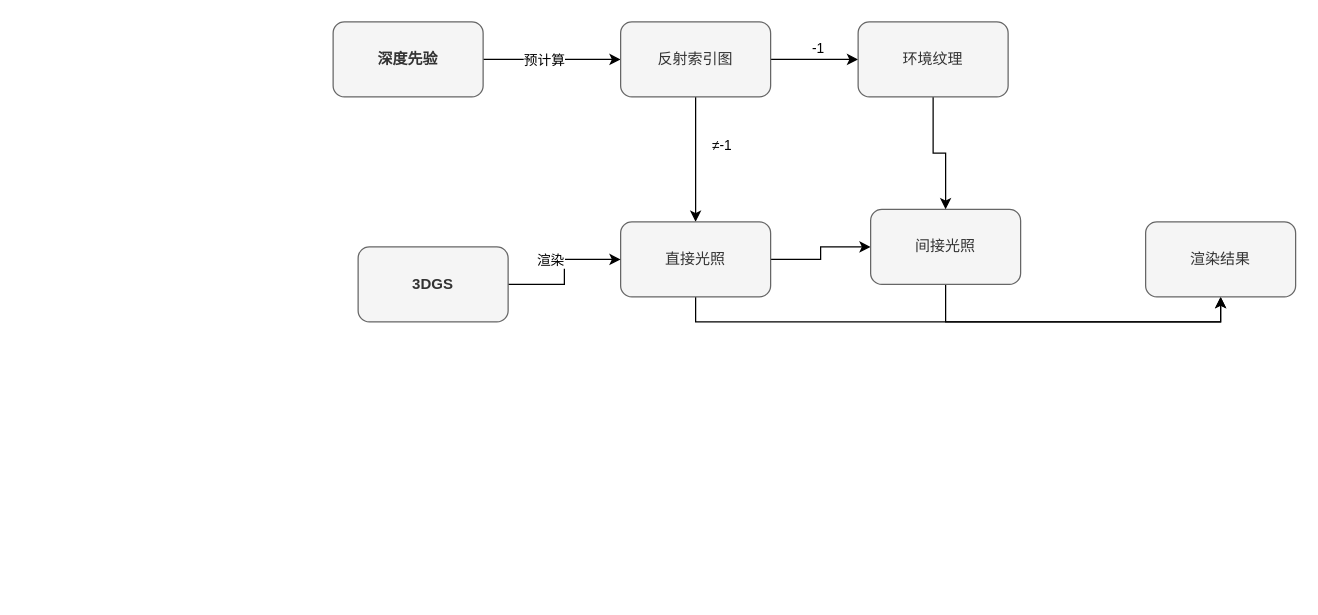
Above: mid-term/SSR.drawio in thEu-suisei/draw_io (draw.io), before the change. Source tidied: cells renumbered, new cells numbered last; positions are measured from the earlier drawing's top-left corner, leaving out a move shared by most shapes. Both pictures are drawn from the tidied source at 125%, with x=0, y=0 at pixel (332, 21). Pictures stored in the file or linked from it are replaced by grey dashed boxes.
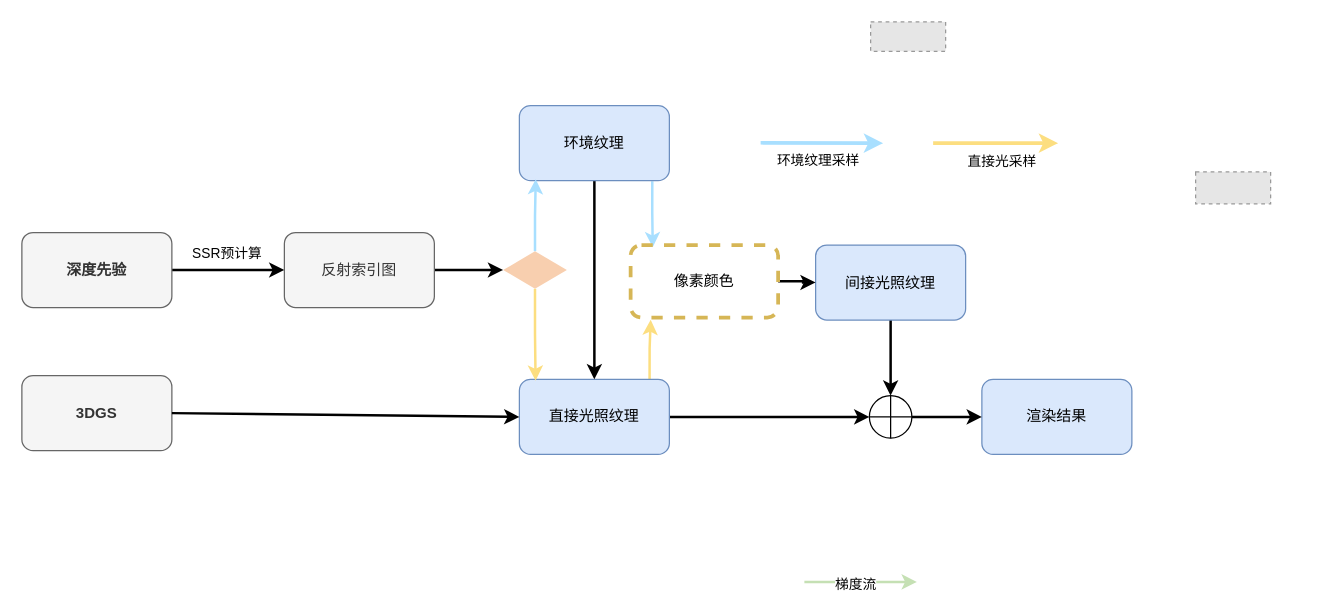
Above is the later version.

The edit, as a diff of the source:
```diff
@@
-    <mxCell id="2" style="edgeStyle=orthogonalEdgeStyle;rounded=0;jettySize=auto;html=1;exitX=1;exitY=0.5;exitDx=0;exitDy=0;entryX=0;entryY=0.5;entryDx=0;entryDy=0;" parent="1" edge="1" source="4" target="9">
+    <mxCell id="2" style="edgeStyle=orthogonalEdgeStyle;rounded=0;jettySize=auto;html=1;exitX=1;exitY=0.5;exitDx=0;exitDy=0;entryX=0;entryY=0.5;entryDx=0;entryDy=0;strokeWidth=2;" parent="1" edge="1" source="4" target="9">
       <mxGeometry relative="1" as="geometry" />
     </mxCell>
-    <mxCell id="3" value="预计算" style="edgeLabel;html=1;align=center;verticalAlign=middle;" parent="2" vertex="1">
-      <mxGeometry x="-0.13" relative="1" as="geometry" />
-    </mxCell>
     <mxCell id="4" value="深度先验" style="rounded=1;whiteSpace=wrap;html=1;fillColor=#f5f5f5;fontColor=#333333;strokeColor=#666666;fontStyle=1;" parent="1" vertex="1">
-      <mxGeometry width="120" height="60" as="geometry" />
+      <mxGeometry x="-249" y="168.5" width="120" height="60" as="geometry" />
     </mxCell>
-    <mxCell id="5" style="edgeStyle=orthogonalEdgeStyle;rounded=0;jettySize=auto;html=1;exitX=1;exitY=0.5;exitDx=0;exitDy=0;entryX=0;entryY=0.5;entryDx=0;entryDy=0;" parent="1" edge="1" source="9" target="20">
-      <mxGeometry relative="1" as="geometry" />
-    </mxCell>
-    <mxCell id="6" value="-1" style="edgeLabel;html=1;align=center;verticalAlign=middle;" parent="5" vertex="1">
-      <mxGeometry x="0.06" relative="1" as="geometry">
-        <mxPoint y="-10" as="offset" />
-      </mxGeometry>
-    </mxCell>
-    <mxCell id="7" style="edgeStyle=orthogonalEdgeStyle;rounded=0;jettySize=auto;html=1;" parent="1" edge="1" source="9" target="12">
-      <mxGeometry relative="1" as="geometry" />
-    </mxCell>
-    <mxCell id="8" value="≠-1" style="edgeLabel;html=1;align=center;verticalAlign=middle;" parent="7" vertex="1">
-      <mxGeometry x="-0.25" relative="1" as="geometry">
-        <mxPoint x="20" as="offset" />
-      </mxGeometry>
-    </mxCell>
+    <mxCell id="21" style="edgeStyle=orthogonalEdgeStyle;rounded=0;jettySize=auto;html=1;exitX=1;exitY=0.5;exitDx=0;exitDy=0;entryX=0;entryY=0.5;entryDx=0;entryDy=0;strokeWidth=2;" parent="1" edge="1" source="9" target="29">
+      <mxGeometry relative="1" as="geometry" />
+    </mxCell>
     <mxCell id="9" value="反射索引图" style="rounded=1;whiteSpace=wrap;html=1;fillColor=#f5f5f5;fontColor=#333333;strokeColor=#666666;" parent="1" vertex="1">
-      <mxGeometry x="230" width="120" height="60" as="geometry" />
+      <mxGeometry x="-39" y="168.5" width="120" height="60" as="geometry" />
     </mxCell>
-    <mxCell id="10" style="edgeStyle=orthogonalEdgeStyle;rounded=0;jettySize=auto;html=1;exitX=1;exitY=0.5;exitDx=0;exitDy=0;entryX=0;entryY=0.5;entryDx=0;entryDy=0;" parent="1" edge="1" source="12" target="17">
-      <mxGeometry relative="1" as="geometry" />
-    </mxCell>
-    <mxCell id="11" style="edgeStyle=orthogonalEdgeStyle;rounded=0;jettySize=auto;html=1;exitX=0.5;exitY=1;exitDx=0;exitDy=0;entryX=0.5;entryY=1;entryDx=0;entryDy=0;" parent="1" edge="1" source="12" target="18">
-      <mxGeometry relative="1" as="geometry" />
-    </mxCell>
+    <mxCell id="22" style="edgeStyle=orthogonalEdgeStyle;rounded=0;jettySize=auto;html=1;exitX=0.868;exitY=0.034;exitDx=0;exitDy=0;entryX=0.136;entryY=1.031;entryDx=0;entryDy=0;strokeColor=light-dark(#fcde80, #257c00);align=center;verticalAlign=middle;fontFamily=Helvetica;fontSize=11;fontColor=default;labelBackgroundColor=default;endArrow=classic;entryPerimeter=0;exitPerimeter=0;strokeWidth=2;" parent="1" edge="1" source="12" target="39">
+      <mxGeometry relative="1" as="geometry" />
+    </mxCell>
+    <mxCell id="23" style="edgeStyle=orthogonalEdgeStyle;rounded=0;jettySize=auto;html=1;exitX=1;exitY=0.5;exitDx=0;exitDy=0;entryX=0;entryY=0.5;entryDx=0;entryDy=0;strokeWidth=2;" parent="1" edge="1" source="12" target="41">
+      <mxGeometry relative="1" as="geometry" />
+    </mxCell>
-    <mxCell id="12" value="直接光照" style="rounded=1;whiteSpace=wrap;html=1;fillColor=#f5f5f5;fontColor=#333333;strokeColor=#666666;" parent="1" vertex="1">
-      <mxGeometry x="230" y="160" width="120" height="60" as="geometry" />
+    <mxCell id="12" value="直接光照纹理" style="rounded=1;whiteSpace=wrap;html=1;fillColor=#dae8fc;strokeColor=#6c8ebf;" parent="1" vertex="1">
+      <mxGeometry x="149" y="286" width="120" height="60" as="geometry" />
     </mxCell>
-    <mxCell id="13" style="edgeStyle=orthogonalEdgeStyle;rounded=0;jettySize=auto;html=1;exitX=1;exitY=0.5;exitDx=0;exitDy=0;" parent="1" edge="1" source="15" target="12">
-      <mxGeometry relative="1" as="geometry" />
-    </mxCell>
-    <mxCell id="14" value="渲染" style="edgeLabel;html=1;align=center;verticalAlign=middle;" parent="13" vertex="1">
-      <mxGeometry x="0.33" relative="1" as="geometry">
-        <mxPoint x="-20" as="offset" />
-      </mxGeometry>
-    </mxCell>
     <mxCell id="15" value="3DGS" style="rounded=1;whiteSpace=wrap;html=1;fillColor=#f5f5f5;fontColor=#333333;strokeColor=#666666;fontStyle=1;" parent="1" vertex="1">
-      <mxGeometry x="20" y="180" width="120" height="60" as="geometry" />
+      <mxGeometry x="-249" y="283" width="120" height="60" as="geometry" />
     </mxCell>
-    <mxCell id="16" style="edgeStyle=orthogonalEdgeStyle;rounded=0;jettySize=auto;html=1;exitX=0.5;exitY=1;exitDx=0;exitDy=0;entryX=0.5;entryY=1;entryDx=0;entryDy=0;" parent="1" edge="1" source="17" target="18">
-      <mxGeometry relative="1" as="geometry" />
-    </mxCell>
+    <mxCell id="24" style="edgeStyle=orthogonalEdgeStyle;rounded=0;jettySize=auto;html=1;exitX=0.5;exitY=1;exitDx=0;exitDy=0;entryX=0.5;entryY=0;entryDx=0;entryDy=0;strokeWidth=2;" parent="1" edge="1" source="17" target="41">
+      <mxGeometry relative="1" as="geometry" />
+    </mxCell>
-    <mxCell id="17" value="间接光照" style="rounded=1;whiteSpace=wrap;html=1;fillColor=#f5f5f5;fontColor=#333333;strokeColor=#666666;" parent="1" vertex="1">
-      <mxGeometry x="430" y="150" width="120" height="60" as="geometry" />
+    <mxCell id="17" value="间接光照纹理" style="rounded=1;whiteSpace=wrap;html=1;fillColor=#dae8fc;strokeColor=#6c8ebf;" parent="1" vertex="1">
+      <mxGeometry x="386" y="178.5" width="120" height="60" as="geometry" />
     </mxCell>
-    <mxCell id="18" value="渲染结果" style="rounded=1;whiteSpace=wrap;html=1;fillColor=#f5f5f5;fontColor=#333333;strokeColor=#666666;" parent="1" vertex="1">
-      <mxGeometry x="650" y="160" width="120" height="60" as="geometry" />
+    <mxCell id="18" value="渲染结果" style="rounded=1;whiteSpace=wrap;html=1;fillColor=#dae8fc;strokeColor=#6c8ebf;" parent="1" vertex="1">
+      <mxGeometry x="519" y="286" width="120" height="60" as="geometry" />
     </mxCell>
-    <mxCell id="19" style="edgeStyle=orthogonalEdgeStyle;rounded=0;jettySize=auto;html=1;exitX=0.5;exitY=1;exitDx=0;exitDy=0;" parent="1" edge="1" source="20" target="17">
-      <mxGeometry relative="1" as="geometry" />
-    </mxCell>
+    <mxCell id="25" style="edgeStyle=orthogonalEdgeStyle;rounded=0;jettySize=auto;html=1;exitX=0.886;exitY=1.008;exitDx=0;exitDy=0;entryX=0.15;entryY=0.032;entryDx=0;entryDy=0;strokeColor=light-dark(#a8dfff, #D47D25);align=center;verticalAlign=middle;fontFamily=Helvetica;fontSize=11;fontColor=default;labelBackgroundColor=default;endArrow=classic;exitPerimeter=0;entryPerimeter=0;strokeWidth=2;" parent="1" edge="1" source="20" target="39">
+      <mxGeometry relative="1" as="geometry" />
+    </mxCell>
+    <mxCell id="26" style="edgeStyle=orthogonalEdgeStyle;rounded=0;jettySize=auto;html=1;exitX=0.5;exitY=1;exitDx=0;exitDy=0;entryX=0.5;entryY=0;entryDx=0;entryDy=0;strokeWidth=2;" parent="1" edge="1" source="20" target="12">
+      <mxGeometry relative="1" as="geometry" />
+    </mxCell>
-    <mxCell id="20" value="环境纹理" style="rounded=1;whiteSpace=wrap;html=1;fillColor=#f5f5f5;fontColor=#333333;strokeColor=#666666;" parent="1" vertex="1">
-      <mxGeometry x="420" width="120" height="60" as="geometry" />
+    <mxCell id="20" value="环境纹理" style="rounded=1;whiteSpace=wrap;html=1;fillColor=#dae8fc;strokeColor=#6c8ebf;" parent="1" vertex="1">
+      <mxGeometry x="149" y="67" width="120" height="60" as="geometry" />
     </mxCell>
+    <mxCell id="27" style="edgeStyle=orthogonalEdgeStyle;rounded=0;jettySize=auto;html=1;exitX=0.5;exitY=1;exitDx=0;exitDy=0;strokeColor=light-dark(#fcde80, #257c00);align=center;verticalAlign=middle;fontFamily=Helvetica;fontSize=11;fontColor=default;labelBackgroundColor=default;endArrow=classic;entryX=0.108;entryY=0.017;entryDx=0;entryDy=0;entryPerimeter=0;strokeWidth=2;" parent="1" edge="1" source="29" target="12">
+      <mxGeometry relative="1" as="geometry" />
+    </mxCell>
+    <mxCell id="28" style="edgeStyle=orthogonalEdgeStyle;rounded=0;jettySize=auto;html=1;exitX=0.5;exitY=0;exitDx=0;exitDy=0;entryX=0.109;entryY=0.98;entryDx=0;entryDy=0;entryPerimeter=0;strokeColor=light-dark(#a8dfff, #D47D25);align=center;verticalAlign=middle;fontFamily=Helvetica;fontSize=11;fontColor=default;labelBackgroundColor=default;endArrow=classic;strokeWidth=2;" parent="1" edge="1" source="29" target="20">
+      <mxGeometry relative="1" as="geometry" />
+    </mxCell>
+    <mxCell id="29" style="rhombus;whiteSpace=wrap;html=1;fillColor=light-dark(#f8cfaf, #319eff);strokeColor=none;" parent="1" vertex="1">
+      <mxGeometry x="136" y="183.5" width="51" height="30" as="geometry" />
+    </mxCell>
+    <mxCell id="30" style="fillColor=#E6E6E6;strokeColor=#999999;dashed=1;verticalLabelPosition=bottom;labelBackgroundColor=default;verticalAlign=top;" parent="1" vertex="1">
+      <mxGeometry x="430" width="60" height="23.5" as="geometry" />
+    </mxCell>
+    <mxCell id="31" style="fillColor=#E6E6E6;strokeColor=#999999;dashed=1;verticalLabelPosition=bottom;labelBackgroundColor=default;verticalAlign=top;" parent="1" vertex="1">
+      <mxGeometry x="690" y="120" width="60" height="25.5" as="geometry" />
+    </mxCell>
+    <mxCell id="32" style="endArrow=classic;html=1;rounded=0;strokeColor=light-dark(#a8dfff, #D47D25);strokeWidth=3;" parent="1" edge="1">
+      <mxGeometry relative="1" as="geometry">
+        <mxPoint x="342" y="96.7" as="sourcePoint" />
+        <mxPoint x="440" y="97" as="targetPoint" />
+      </mxGeometry>
+    </mxCell>
+    <mxCell id="33" value="环境纹理采样" style="edgeLabel;html=1;align=center;verticalAlign=middle;" parent="32" vertex="1">
+      <mxGeometry x="-0.18" y="-1" relative="1" as="geometry">
+        <mxPoint x="6" y="13" as="offset" />
+      </mxGeometry>
+    </mxCell>
+    <mxCell id="34" style="endArrow=classic;html=1;rounded=0;strokeColor=light-dark(#fcde80, #257c00);strokeWidth=3;" parent="1" edge="1">
+      <mxGeometry relative="1" as="geometry">
+        <mxPoint x="480" y="97" as="sourcePoint" />
+        <mxPoint x="580" y="97" as="targetPoint" />
+      </mxGeometry>
+    </mxCell>
+    <mxCell id="35" value="直接光采样" style="edgeLabel;html=1;align=center;verticalAlign=middle;" parent="34" vertex="1">
+      <mxGeometry x="-0.08" y="-1" relative="1" as="geometry">
+        <mxPoint x="8" y="13" as="offset" />
+      </mxGeometry>
+    </mxCell>
+    <mxCell id="36" style="endArrow=classic;html=1;rounded=0;strokeColor=light-dark(#c5e0b4, #ff89ff);strokeWidth=2;" parent="1" edge="1">
+      <mxGeometry relative="1" as="geometry">
+        <mxPoint x="377" y="448" as="sourcePoint" />
+        <mxPoint x="467" y="448" as="targetPoint" />
+      </mxGeometry>
+    </mxCell>
+    <mxCell id="37" value="梯度流" style="edgeLabel;html=1;align=center;verticalAlign=middle;" parent="36" vertex="1">
+      <mxGeometry x="-0.16" y="-1" relative="1" as="geometry">
+        <mxPoint x="2" as="offset" />
+      </mxGeometry>
+    </mxCell>
+    <mxCell id="13" style="endArrow=classic;html=1;rounded=0;strokeColor=light-dark(#000000,#D47D25);exitX=1;exitY=0.5;exitDx=0;exitDy=0;entryX=0;entryY=0.5;entryDx=0;entryDy=0;strokeWidth=2;" parent="1" edge="1" source="15" target="12">
+      <mxGeometry relative="1" as="geometry" />
+    </mxCell>
+    <mxCell id="38" style="edgeStyle=orthogonalEdgeStyle;rounded=0;jettySize=auto;html=1;exitX=1;exitY=0.5;exitDx=0;exitDy=0;strokeWidth=2;" parent="1" edge="1" source="39" target="17">
+      <mxGeometry relative="1" as="geometry" />
+    </mxCell>
+    <mxCell id="39" value="像素颜色" style="rounded=1;whiteSpace=wrap;html=1;fillColor=none;strokeColor=#d6b656;strokeWidth=3;dashed=1;" parent="1" vertex="1">
+      <mxGeometry x="238" y="178.5" width="118" height="58" as="geometry" />
+    </mxCell>
+    <mxCell id="40" style="edgeStyle=orthogonalEdgeStyle;rounded=0;jettySize=auto;html=1;exitX=1;exitY=0.5;exitDx=0;exitDy=0;entryX=0;entryY=0.5;entryDx=0;entryDy=0;strokeWidth=2;" parent="1" edge="1" source="41" target="18">
+      <mxGeometry relative="1" as="geometry" />
+    </mxCell>
+    <mxCell id="41" style="ellipse;whiteSpace=wrap;html=1;" parent="1" vertex="1">
+      <mxGeometry x="429" y="299" width="34" height="34" as="geometry" />
+    </mxCell>
+    <mxCell id="42" style="endArrow=none;html=1;rounded=0;exitX=0;exitY=0.5;exitDx=0;exitDy=0;entryX=1;entryY=0.5;entryDx=0;entryDy=0;" parent="1" edge="1" source="41" target="41">
+      <mxGeometry relative="1" as="geometry" />
+    </mxCell>
+    <mxCell id="43" style="endArrow=none;html=1;rounded=0;exitX=0.5;exitY=1;exitDx=0;exitDy=0;entryX=0.5;entryY=0;entryDx=0;entryDy=0;" parent="1" edge="1" source="41" target="41">
+      <mxGeometry relative="1" as="geometry" />
+    </mxCell>
+    <mxCell id="44" value="&lt;span style=&quot;font-size: 11px; background-color: rgb(255, 255, 255);&quot;&gt;SSR预计算&lt;/span&gt;" style="text;html=1;align=center;verticalAlign=middle;strokeColor=none;fillColor=none;" parent="1" vertex="1">
+      <mxGeometry x="-125" y="170" width="80" height="30" as="geometry" />
+    </mxCell>
```
